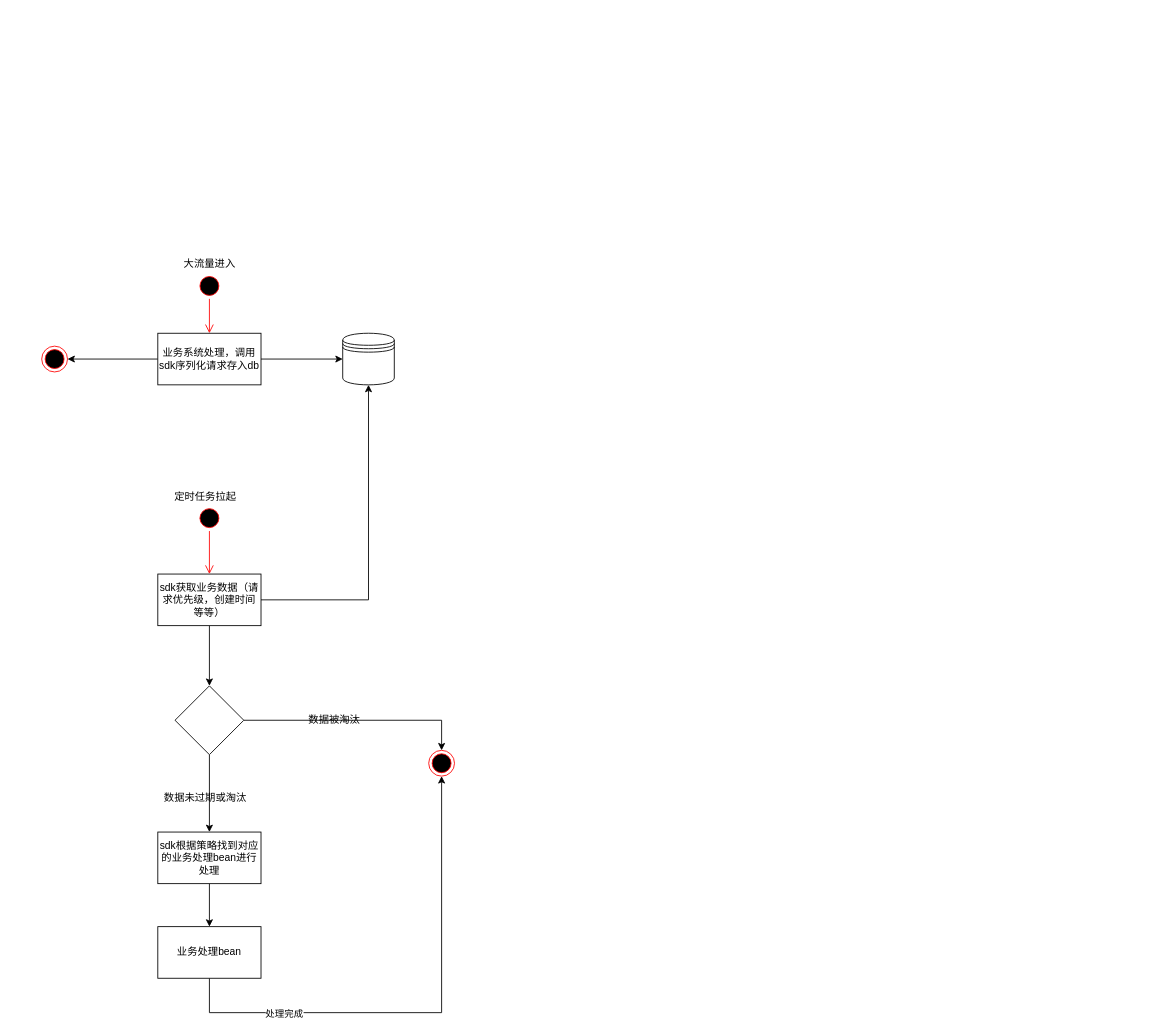
This is 大流量异步处理.drawio from Cyuchuan/draio, a draw.io file, before an edit. Source tidied: cells renumbered, new cells numbered last; positions are measured from the earlier drawing's top-left corner, leaving out a move shared by most shapes. Both pictures are drawn from the tidied source at 86%, with x=0, y=0 at pixel (41, 255).
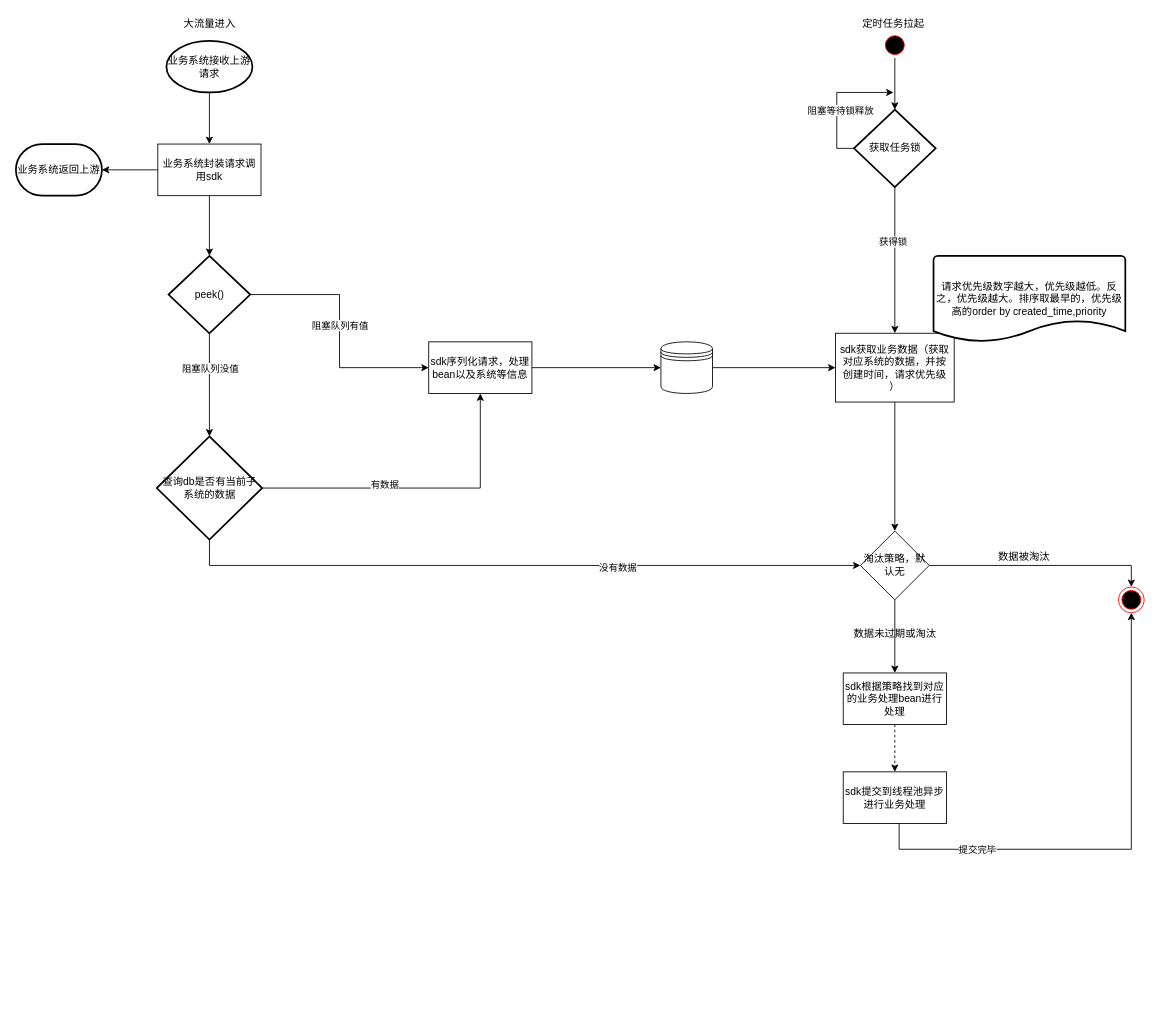
Above is the later version.

Diff of the diagram source:
```diff
@@
-    <mxCell id="2" style="ellipse;html=1;shape=startState;fillColor=#000000;strokeColor=#ff0000;" parent="1" vertex="1">
-      <mxGeometry x="180" y="20" width="30" height="30" as="geometry" />
-    </mxCell>
-    <mxCell id="3" style="edgeStyle=orthogonalEdgeStyle;html=1;verticalAlign=bottom;endArrow=open;endSize=8;strokeColor=#ff0000;entryX=0.5;entryY=0;entryDx=0;entryDy=0;" parent="1" edge="1" source="2" target="7">
-      <mxGeometry relative="1" as="geometry" />
-    </mxCell>
     <mxCell id="4" value="大流量进入" style="text;html=1;align=center;verticalAlign=middle;" parent="1" vertex="1">
-      <mxGeometry x="155" width="80" height="20" as="geometry" />
+      <mxGeometry x="155" y="-280" width="80" height="20" as="geometry" />
     </mxCell>
-    <mxCell id="5" style="edgeStyle=orthogonalEdgeStyle;rounded=0;jettySize=auto;html=1;exitX=1;exitY=0.5;exitDx=0;exitDy=0;" parent="1" edge="1" source="7" target="8">
+    <mxCell id="5" style="edgeStyle=orthogonalEdgeStyle;rounded=0;jettySize=auto;html=1;exitX=1;exitY=0.5;exitDx=0;exitDy=0;exitPerimeter=0;entryX=0;entryY=0.5;entryDx=0;entryDy=0;" parent="1" edge="1" source="36" target="38">
       <mxGeometry relative="1" as="geometry" />
     </mxCell>
+    <mxCell id="27" value="阻塞队列有值" style="edgeLabel;html=1;align=center;verticalAlign=middle;" parent="5" vertex="1">
+      <mxGeometry x="-0.05" y="-1" relative="1" as="geometry">
+        <mxPoint x="1" as="offset" />
+      </mxGeometry>
+    </mxCell>
-    <mxCell id="6" style="edgeStyle=orthogonalEdgeStyle;rounded=0;jettySize=auto;html=1;exitX=0;exitY=0.5;exitDx=0;exitDy=0;" parent="1" edge="1" source="7" target="9">
+    <mxCell id="6" style="edgeStyle=orthogonalEdgeStyle;rounded=0;jettySize=auto;html=1;exitX=0;exitY=0.5;exitDx=0;exitDy=0;entryX=1;entryY=0.5;entryDx=0;entryDy=0;entryPerimeter=0;" parent="1" edge="1" source="7" target="33">
       <mxGeometry relative="1" as="geometry" />
     </mxCell>
+    <mxCell id="28" style="edgeStyle=orthogonalEdgeStyle;rounded=0;jettySize=auto;html=1;entryX=0.5;entryY=0;entryDx=0;entryDy=0;entryPerimeter=0;" parent="1" edge="1" source="7" target="36">
+      <mxGeometry relative="1" as="geometry" />
+    </mxCell>
-    <mxCell id="7" value="业务系统处理，调用sdk序列化请求存入db" style="rounded=0;whiteSpace=wrap;html=1;" parent="1" vertex="1">
-      <mxGeometry x="135" y="90" width="120" height="60" as="geometry" />
+    <mxCell id="7" value="业务系统封装请求调用sdk" style="rounded=0;whiteSpace=wrap;html=1;" parent="1" vertex="1">
+      <mxGeometry x="135" y="-130" width="120" height="60" as="geometry" />
     </mxCell>
+    <mxCell id="29" style="edgeStyle=orthogonalEdgeStyle;rounded=0;jettySize=auto;html=1;exitX=1;exitY=0.5;exitDx=0;exitDy=0;entryX=0;entryY=0.5;entryDx=0;entryDy=0;" parent="1" edge="1" source="8" target="12">
+      <mxGeometry relative="1" as="geometry" />
+    </mxCell>
     <mxCell id="8" style="shape=datastore;whiteSpace=wrap;html=1;" parent="1" vertex="1">
-      <mxGeometry x="350" y="90" width="60" height="60" as="geometry" />
+      <mxGeometry x="720" y="100" width="60" height="60" as="geometry" />
     </mxCell>
-    <mxCell id="9" style="ellipse;html=1;shape=endState;fillColor=#000000;strokeColor=#ff0000;" parent="1" vertex="1">
-      <mxGeometry y="105" width="30" height="30" as="geometry" />
-    </mxCell>
-    <mxCell id="10" style="edgeStyle=orthogonalEdgeStyle;rounded=0;jettySize=auto;html=1;entryX=0.5;entryY=1;entryDx=0;entryDy=0;" parent="1" edge="1" source="12" target="8">
-      <mxGeometry relative="1" as="geometry" />
-    </mxCell>
@@
-    <mxCell id="12" value="sdk获取业务数据（请求优先级，创建时间等等）" style="rounded=0;whiteSpace=wrap;html=1;" parent="1" vertex="1">
-      <mxGeometry x="135" y="370" width="120" height="60" as="geometry" />
+    <mxCell id="12" value="sdk获取业务数据（获取对应系统的数据，并按&lt;br&gt;创建时间，请求优先级&lt;br&gt;）" style="rounded=0;whiteSpace=wrap;html=1;" parent="1" vertex="1">
+      <mxGeometry x="923" y="90" width="138" height="80" as="geometry" />
     </mxCell>
+    <mxCell id="30" style="edgeStyle=orthogonalEdgeStyle;rounded=0;jettySize=auto;html=1;entryX=0.5;entryY=0;entryDx=0;entryDy=0;entryPerimeter=0;" parent="1" edge="1" source="13" target="49">
+      <mxGeometry relative="1" as="geometry" />
+    </mxCell>
     <mxCell id="13" style="ellipse;html=1;shape=startState;fillColor=#000000;strokeColor=#ff0000;" parent="1" vertex="1">
-      <mxGeometry x="180" y="290" width="30" height="30" as="geometry" />
+      <mxGeometry x="977" y="-260" width="30" height="30" as="geometry" />
     </mxCell>
-    <mxCell id="14" style="edgeStyle=orthogonalEdgeStyle;html=1;verticalAlign=bottom;endArrow=open;endSize=8;strokeColor=#ff0000;entryX=0.5;entryY=0;entryDx=0;entryDy=0;" parent="1" edge="1" source="13" target="12">
-      <mxGeometry relative="1" as="geometry" />
-    </mxCell>
     <mxCell id="15" value="定时任务拉起" style="text;html=1;align=center;verticalAlign=middle;" parent="1" vertex="1">
-      <mxGeometry x="145" y="270" width="90" height="20" as="geometry" />
+      <mxGeometry x="944.5" y="-280" width="90" height="20" as="geometry" />
     </mxCell>
@@
-    <mxCell id="18" style="rhombus;whiteSpace=wrap;html=1;rounded=0;" parent="1" vertex="1">
-      <mxGeometry x="155" y="500" width="80" height="80" as="geometry" />
+    <mxCell id="18" value="淘汰策略，默认无" style="rhombus;whiteSpace=wrap;html=1;rounded=0;" parent="1" vertex="1">
+      <mxGeometry x="952" y="320" width="80" height="80" as="geometry" />
     </mxCell>
-    <mxCell id="19" style="edgeStyle=orthogonalEdgeStyle;rounded=0;jettySize=auto;html=1;entryX=0.5;entryY=0;entryDx=0;entryDy=0;" parent="1" edge="1" source="20" target="26">
+    <mxCell id="19" style="edgeStyle=orthogonalEdgeStyle;rounded=0;jettySize=auto;html=1;entryX=0.5;entryY=0;entryDx=0;entryDy=0;dashed=1;" parent="1" edge="1" source="20" target="26">
       <mxGeometry relative="1" as="geometry" />
     </mxCell>
     <mxCell id="20" value="sdk根据策略找到对应的业务处理bean进行处理" style="whiteSpace=wrap;html=1;rounded=0;" parent="1" vertex="1">
-      <mxGeometry x="135" y="670" width="120" height="60" as="geometry" />
+      <mxGeometry x="932" y="485" width="120" height="60" as="geometry" />
     </mxCell>
     <mxCell id="21" value="数据未过期或淘汰" style="text;html=1;align=center;verticalAlign=middle;" parent="1" vertex="1">
-      <mxGeometry x="135" y="620" width="110" height="20" as="geometry" />
+      <mxGeometry x="937" y="430" width="110" height="20" as="geometry" />
     </mxCell>
     <mxCell id="22" style="ellipse;html=1;shape=endState;fillColor=#000000;strokeColor=#ff0000;" parent="1" vertex="1">
-      <mxGeometry x="450" y="575" width="30" height="30" as="geometry" />
+      <mxGeometry x="1252" y="385" width="30" height="30" as="geometry" />
     </mxCell>
     <mxCell id="23" value="数据被淘汰" style="text;html=1;align=center;verticalAlign=middle;" parent="1" vertex="1">
-      <mxGeometry x="300" y="530" width="80" height="20" as="geometry" />
+      <mxGeometry x="1102" y="340" width="80" height="20" as="geometry" />
     </mxCell>
     <mxCell id="24" style="edgeStyle=orthogonalEdgeStyle;rounded=0;jettySize=auto;html=1;exitX=0.5;exitY=1;exitDx=0;exitDy=0;entryX=0.5;entryY=1;entryDx=0;entryDy=0;" parent="1" edge="1" source="26" target="22">
       <mxGeometry relative="1" as="geometry">
         <Array as="points">
-          <mxPoint x="195" y="880" />
-          <mxPoint x="465" y="880" />
+          <mxPoint x="997" y="690" />
+          <mxPoint x="1267" y="690" />
         </Array>
       </mxGeometry>
     </mxCell>
-    <mxCell id="25" value="处理完成" style="edgeLabel;html=1;align=center;verticalAlign=middle;" parent="24" vertex="1">
+    <mxCell id="25" value="提交完毕" style="edgeLabel;html=1;align=center;verticalAlign=middle;" parent="24" vertex="1">
       <mxGeometry x="-0.57" relative="1" as="geometry" />
     </mxCell>
-    <mxCell id="26" value="业务处理bean" style="whiteSpace=wrap;html=1;rounded=0;" parent="1" vertex="1">
-      <mxGeometry x="135" y="780" width="120" height="60" as="geometry" />
+    <mxCell id="26" value="sdk提交到线程池异步进行业务处理" style="whiteSpace=wrap;html=1;rounded=0;" parent="1" vertex="1">
+      <mxGeometry x="932" y="600" width="120" height="60" as="geometry" />
     </mxCell>
+    <mxCell id="31" style="edgeStyle=orthogonalEdgeStyle;rounded=0;jettySize=auto;html=1;entryX=0.5;entryY=0;entryDx=0;entryDy=0;" parent="1" edge="1" source="32" target="7">
+      <mxGeometry relative="1" as="geometry" />
+    </mxCell>
+    <mxCell id="32" value="业务系统接收上游请求" style="strokeWidth=2;html=1;shape=mxgraph.flowchart.start_1;whiteSpace=wrap;" parent="1" vertex="1">
+      <mxGeometry x="145" y="-250" width="100" height="60" as="geometry" />
+    </mxCell>
+    <mxCell id="33" value="业务系统返回上游" style="strokeWidth=2;html=1;shape=mxgraph.flowchart.terminator;whiteSpace=wrap;" parent="1" vertex="1">
+      <mxGeometry x="-30" y="-130" width="100" height="60" as="geometry" />
+    </mxCell>
+    <mxCell id="34" style="edgeStyle=orthogonalEdgeStyle;rounded=0;jettySize=auto;html=1;exitX=0.5;exitY=1;exitDx=0;exitDy=0;exitPerimeter=0;entryX=0.5;entryY=0;entryDx=0;entryDy=0;entryPerimeter=0;" parent="1" edge="1" source="36" target="44">
+      <mxGeometry relative="1" as="geometry" />
+    </mxCell>
+    <mxCell id="35" value="阻塞队列没值" style="edgeLabel;html=1;align=center;verticalAlign=middle;" parent="34" vertex="1">
+      <mxGeometry x="-0.33" relative="1" as="geometry" />
+    </mxCell>
+    <mxCell id="36" value="peek()" style="strokeWidth=2;html=1;shape=mxgraph.flowchart.decision;whiteSpace=wrap;" parent="1" vertex="1">
+      <mxGeometry x="147.5" width="95" height="90" as="geometry" />
+    </mxCell>
+    <mxCell id="37" style="edgeStyle=orthogonalEdgeStyle;rounded=0;jettySize=auto;html=1;entryX=0;entryY=0.5;entryDx=0;entryDy=0;" parent="1" edge="1" source="38" target="8">
+      <mxGeometry relative="1" as="geometry" />
+    </mxCell>
+    <mxCell id="38" value="sdk序列化请求，处理bean以及系统等信息" style="rounded=0;whiteSpace=wrap;html=1;" parent="1" vertex="1">
+      <mxGeometry x="450" y="100" width="120" height="60" as="geometry" />
+    </mxCell>
+    <mxCell id="39" value="请求优先级数字越大，优先级越低。反之，优先级越大。排序取最早的，优先级高的order by created_time,priority" style="strokeWidth=2;html=1;shape=mxgraph.flowchart.document2;whiteSpace=wrap;size=0.25;" parent="1" vertex="1">
+      <mxGeometry x="1037" width="223" height="100" as="geometry" />
+    </mxCell>
+    <mxCell id="40" style="edgeStyle=orthogonalEdgeStyle;rounded=0;jettySize=auto;html=1;exitX=0.5;exitY=1;exitDx=0;exitDy=0;exitPerimeter=0;entryX=0;entryY=0.5;entryDx=0;entryDy=0;" parent="1" edge="1" source="44" target="18">
+      <mxGeometry relative="1" as="geometry" />
+    </mxCell>
+    <mxCell id="41" value="没有数据" style="edgeLabel;html=1;align=center;verticalAlign=middle;" parent="40" vertex="1">
+      <mxGeometry x="0.28" y="-2" relative="1" as="geometry" />
+    </mxCell>
+    <mxCell id="42" style="edgeStyle=orthogonalEdgeStyle;rounded=0;jettySize=auto;html=1;exitX=1;exitY=0.5;exitDx=0;exitDy=0;exitPerimeter=0;entryX=0.5;entryY=1;entryDx=0;entryDy=0;" parent="1" edge="1" source="44" target="38">
+      <mxGeometry relative="1" as="geometry" />
+    </mxCell>
+    <mxCell id="43" value="有数据" style="edgeLabel;html=1;align=center;verticalAlign=middle;" parent="42" vertex="1">
+      <mxGeometry x="-0.22" y="4" relative="1" as="geometry" />
+    </mxCell>
+    <mxCell id="44" value="查询db是否有当前子系统的数据" style="strokeWidth=2;html=1;shape=mxgraph.flowchart.decision;whiteSpace=wrap;" parent="1" vertex="1">
+      <mxGeometry x="133.8" y="210" width="122.5" height="120" as="geometry" />
+    </mxCell>
+    <mxCell id="45" style="edgeStyle=orthogonalEdgeStyle;rounded=0;jettySize=auto;html=1;" parent="1" edge="1" source="49" target="12">
+      <mxGeometry relative="1" as="geometry" />
+    </mxCell>
+    <mxCell id="46" value="获得锁" style="edgeLabel;html=1;align=center;verticalAlign=middle;" parent="45" vertex="1">
+      <mxGeometry x="-0.26" y="-3" relative="1" as="geometry" />
+    </mxCell>
+    <mxCell id="47" style="edgeStyle=orthogonalEdgeStyle;rounded=0;jettySize=auto;html=1;exitX=0;exitY=0.5;exitDx=0;exitDy=0;exitPerimeter=0;" parent="1" edge="1" source="49">
+      <mxGeometry relative="1" as="geometry">
+        <mxPoint x="990" y="-190" as="targetPoint" />
+      </mxGeometry>
+    </mxCell>
+    <mxCell id="48" value="阻塞等待锁释放" style="edgeLabel;html=1;align=center;verticalAlign=middle;" parent="47" vertex="1">
+      <mxGeometry x="-0.14" y="-3" relative="1" as="geometry">
+        <mxPoint x="1" as="offset" />
+      </mxGeometry>
+    </mxCell>
+    <mxCell id="49" value="获取任务锁" style="strokeWidth=2;html=1;shape=mxgraph.flowchart.decision;whiteSpace=wrap;" parent="1" vertex="1">
+      <mxGeometry x="944.5" y="-170" width="95" height="90" as="geometry" />
+    </mxCell>
```
